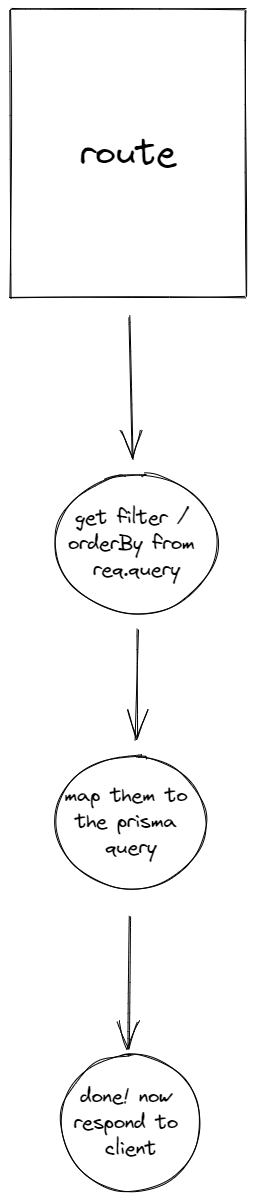
This is notes/filter/backend.excalidraw.png from Dyvd4/ticketify, a Excalidraw export, as it was before one commit. Source tidied: one line per element, renumbered; positions are measured from the earlier drawing's top-left corner, leaving out a move shared by most shapes. The source it was exported from:
```json
{"id": 0, "type": "rectangle", "strokeColor": "#000000", "strokeWidth": 1, "roughness": 1, "x": 0, "y": 0, "width": 236, "height": 288}
{"id": 1, "type": "text", "text": "route", "strokeColor": "#000000", "strokeWidth": 1, "roughness": 1, "fontSize": 36, "fontFamily": 1, "textAlign": "center", "verticalAlign": "middle", "inside": 0, "x": 5, "y": 121, "width": 226, "height": 45}
{"id": 2, "type": "arrow", "strokeColor": "#000000", "strokeWidth": 1, "roughness": 1, "endArrowhead": "arrow", "from": 0, "to": 3, "x": 119, "y": 306, "width": 4, "height": 143, "points": [[0, 0], [4, 143]]}
{"id": 3, "type": "ellipse", "strokeColor": "#000000", "strokeWidth": 1, "roughness": 1, "x": 45, "y": 464, "width": 162, "height": 139}
{"id": 4, "type": "text", "text": "get filter / \norderBy from \nreq.query", "strokeColor": "#000000", "strokeWidth": 1, "roughness": 1, "fontSize": 20, "fontFamily": 1, "textAlign": "center", "verticalAlign": "middle", "inside": 3, "x": 50, "y": 495, "width": 152, "height": 78}
{"id": 5, "type": "arrow", "strokeColor": "#000000", "strokeWidth": 1, "roughness": 1, "endArrowhead": "arrow", "from": 3, "to": 6, "x": 128, "y": 619, "width": 3, "height": 111, "points": [[0, 0], [-3, 111]]}
{"id": 6, "type": "ellipse", "strokeColor": "#000000", "strokeWidth": 1, "roughness": 1, "x": 45, "y": 746, "width": 151, "height": 132}
{"id": 7, "type": "text", "text": "map them to \nthe prisma \nquery", "strokeColor": "#000000", "strokeWidth": 1, "roughness": 1, "fontSize": 20, "fontFamily": 1, "textAlign": "center", "verticalAlign": "middle", "inside": 6, "x": 50, "y": 773, "width": 141, "height": 78}
{"id": 8, "type": "arrow", "strokeColor": "#000000", "strokeWidth": 1, "roughness": 1, "endArrowhead": "arrow", "from": 6, "to": 9, "x": 120, "y": 906, "width": 0, "height": 133, "points": [[0, 0], [0, 133]]}
{"id": 9, "type": "ellipse", "strokeColor": "#000000", "strokeWidth": 1, "roughness": 1, "x": 51, "y": 1045, "width": 139, "height": 137}
{"id": 10, "type": "text", "text": "done! now \nrespond to \nclient", "strokeColor": "#000000", "strokeWidth": 1, "roughness": 1, "fontSize": 20, "fontFamily": 1, "textAlign": "center", "verticalAlign": "middle", "inside": 9, "x": 56, "y": 1074, "width": 129, "height": 78}
```
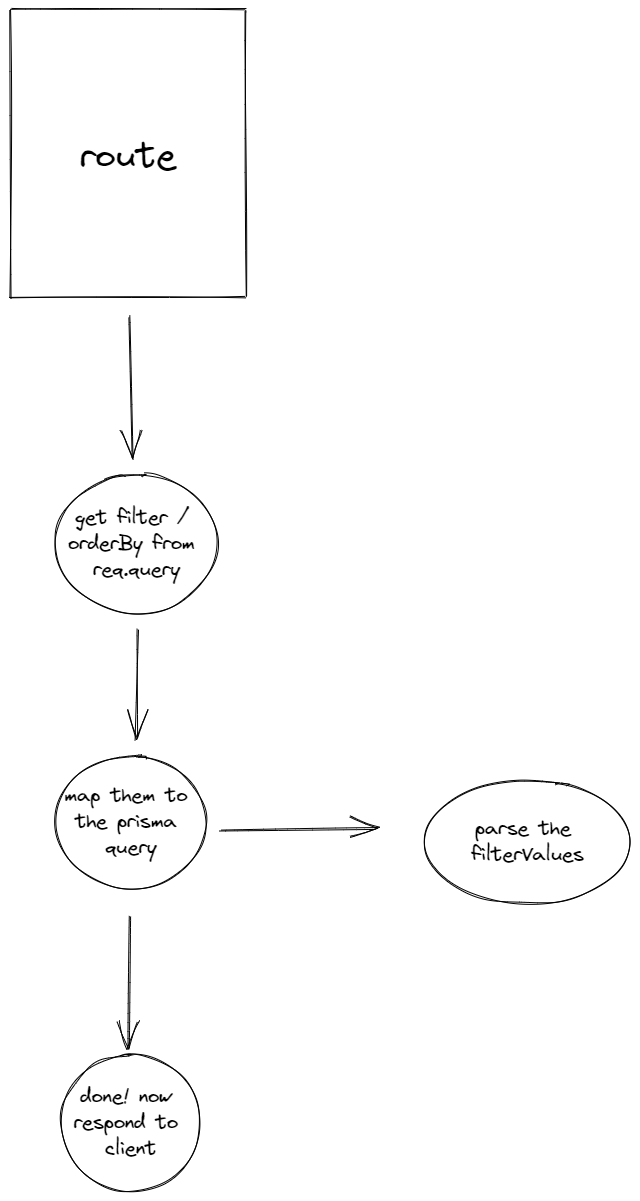
Later version of the same file.

Diff of the diagram source:
```diff
@@ -9,3 +9,6 @@
 {"id": 8, "type": "arrow", "strokeColor": "#000000", "strokeWidth": 1, "roughness": 1, "endArrowhead": "arrow", "from": 6, "to": 9, "x": 120, "y": 906, "width": 0, "height": 133, "points": [[0, 0], [0, 133]]}
 {"id": 9, "type": "ellipse", "strokeColor": "#000000", "strokeWidth": 1, "roughness": 1, "x": 51, "y": 1045, "width": 139, "height": 137}
 {"id": 10, "type": "text", "text": "done! now \nrespond to \nclient", "strokeColor": "#000000", "strokeWidth": 1, "roughness": 1, "fontSize": 20, "fontFamily": 1, "textAlign": "center", "verticalAlign": "middle", "inside": 9, "x": 56, "y": 1074, "width": 129, "height": 78}
+{"id": 11, "type": "arrow", "strokeColor": "#000000", "strokeWidth": 1, "roughness": 1, "endArrowhead": "arrow", "from": 6, "x": 210, "y": 821, "width": 157, "height": 2, "points": [[0, 0], [157, -2]]}
+{"id": 12, "type": "ellipse", "strokeColor": "#000000", "strokeWidth": 1, "roughness": 1, "x": 415, "y": 770, "width": 205, "height": 124}
+{"id": 13, "type": "text", "text": "parse the \nfilterValues", "strokeColor": "#000000", "strokeWidth": 1, "roughness": 1, "fontSize": 20, "fontFamily": 1, "textAlign": "center", "verticalAlign": "middle", "inside": 12, "x": 420, "y": 806, "width": 195, "height": 52}
```
